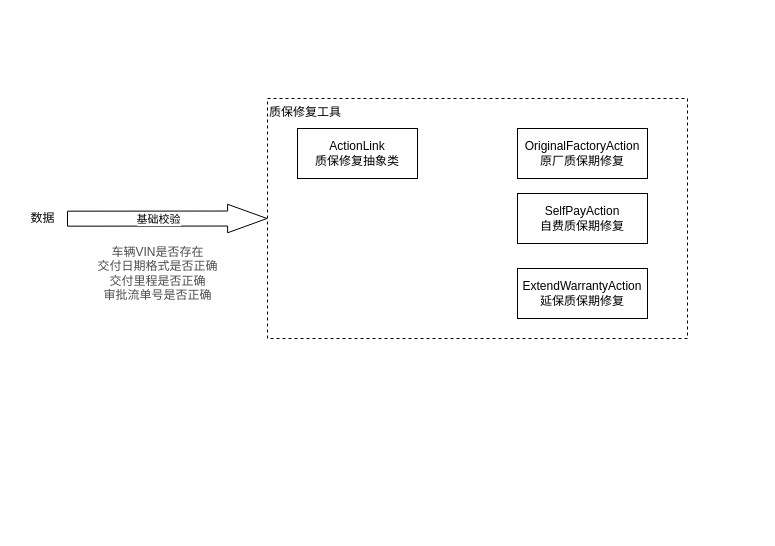
The draw.io diagram 随手绘.drawio in zlhhhh8901/hello-world, before the edit. Source tidied: cells renumbered, new cells numbered last; positions are measured from the earlier drawing's top-left corner, leaving out a move shared by most shapes. Both pictures are drawn from the tidied source at 100%, with x=0, y=0 at pixel (17, 98).
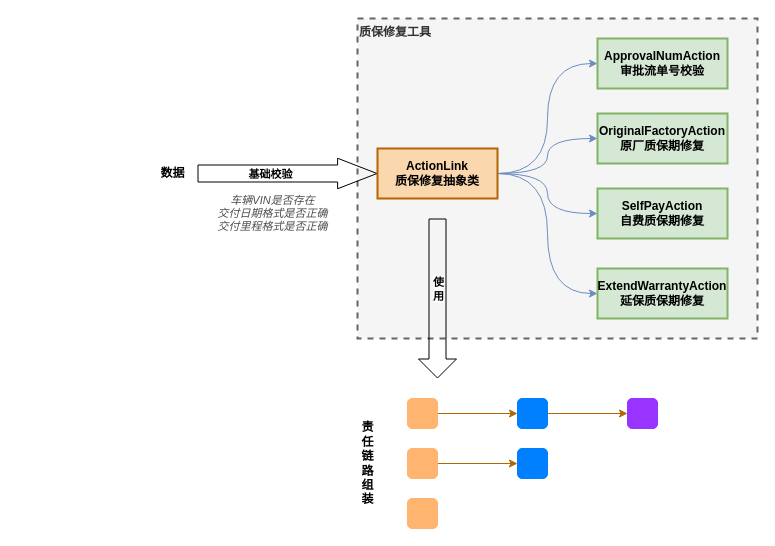
Above is the later version.

Commit message (it also covers changes not shown here):
更新随手绘.drawio

Diff of the diagram source:
```diff
@@
-    <mxCell id="2" value="质保修复工具" style="rounded=0;whiteSpace=wrap;html=1;align=left;horizontal=1;verticalAlign=top;dashed=1;fillColor=none;" parent="1" vertex="1">
-      <mxGeometry x="250" width="420" height="240" as="geometry" />
+    <mxCell id="2" value="质保修复工具" style="rounded=0;whiteSpace=wrap;html=1;align=left;horizontal=1;verticalAlign=top;dashed=1;fontStyle=1;strokeWidth=2;fillColor=#f5f5f5;fontColor=#333333;strokeColor=#666666;" parent="1" vertex="1">
+      <mxGeometry x="340" y="-80" width="400" height="320" as="geometry" />
     </mxCell>
-    <mxCell id="3" style="shape=flexArrow;endArrow=classic;html=1;rounded=0;entryX=0;entryY=0.5;entryDx=0;entryDy=0;exitX=0.99;exitY=0.506;exitDx=0;exitDy=0;exitPerimeter=0;endWidth=12.5;endSize=12.799999999999999;width=15;" parent="1" edge="1" source="5" target="2">
-      <mxGeometry relative="1" as="geometry" />
+    <mxCell id="3" style="shape=flexArrow;endArrow=classic;html=1;rounded=0;endWidth=12.5;endSize=12.799999999999999;width=17;entryX=0;entryY=0.5;entryDx=0;entryDy=0;fontStyle=1;" parent="1" edge="1" target="7">
+      <mxGeometry relative="1" as="geometry">
+        <mxPoint x="180" y="75" as="sourcePoint" />
+      </mxGeometry>
     </mxCell>
-    <mxCell id="4" value="基础校验" style="edgeLabel;html=1;align=center;verticalAlign=middle;" parent="3" vertex="1">
-      <mxGeometry x="-0.09" relative="1" as="geometry" />
+    <mxCell id="4" value="基础校验" style="edgeLabel;html=1;align=center;verticalAlign=middle;fontStyle=1;" parent="3" vertex="1">
+      <mxGeometry x="-0.09" relative="1" as="geometry">
+        <mxPoint x="-10" as="offset" />
+      </mxGeometry>
     </mxCell>
-    <mxCell id="5" value="数据" style="text;html=1;align=center;verticalAlign=middle;points=[];strokeColor=none;fillColor=none;" parent="1" vertex="1">
-      <mxGeometry y="105" width="50" height="30" as="geometry" />
+    <mxCell id="5" value="数据" style="text;html=1;align=center;verticalAlign=middle;points=[];fontStyle=1;" parent="1" vertex="1">
+      <mxGeometry x="130" y="60" width="50" height="30" as="geometry" />
     </mxCell>
-    <mxCell id="6" value="&lt;div&gt;&lt;div style=&quot;white-space-collapse: preserve;&quot; class=&quot;old-record-id-doxk4eozcIZH5MKJtCh2fUi9aM0&quot;&gt;车辆VIN是否存在&lt;/div&gt;&lt;div style=&quot;white-space-collapse: preserve;&quot; class=&quot;old-record-id-doxk4eozcIZH5MKJtCh2fUi9aM0&quot;&gt;交付日期格式是否正确&lt;/div&gt;&lt;div style=&quot;white-space-collapse: preserve;&quot; class=&quot;old-record-id-doxk4eozcIZH5MKJtCh2fUi9aM0&quot;&gt;交付里程是否正确&lt;/div&gt;&lt;div style=&quot;white-space-collapse: preserve;&quot; class=&quot;old-record-id-doxk4eozcIZH5MKJtCh2fUi9aM0&quot;&gt;审批流单号是否正确&lt;/div&gt;&lt;/div&gt;&lt;span data-lark-record-data=&quot;{&amp;quot;rootId&amp;quot;:&amp;quot;doxk4fLWzZhjoJqfnhFipKvFNwe&amp;quot;,&amp;quot;text&amp;quot;:{&amp;quot;initialAttributedTexts&amp;quot;:{&amp;quot;text&amp;quot;:{&amp;quot;0&amp;quot;:&amp;quot;车辆VIN&amp;quot;},&amp;quot;attribs&amp;quot;:{&amp;quot;0&amp;quot;:&amp;quot;*0+2*1*0+3&amp;quot;}},&amp;quot;apool&amp;quot;:{&amp;quot;numToAttrib&amp;quot;:{&amp;quot;0&amp;quot;:[&amp;quot;author&amp;quot;,&amp;quot;7355687675485012076&amp;quot;],&amp;quot;1&amp;quot;:[&amp;quot;abbreviation-data&amp;quot;,&amp;quot;{\&amp;quot;id\&amp;quot;:\&amp;quot;1206104d-46ee-4d33-85ab-f392b6299bdf\&amp;quot;,\&amp;quot;abbr_ids\&amp;quot;:\&amp;quot;enterprise_7137215317125628013\&amp;quot;,\&amp;quot;is_visible\&amp;quot;:1,\&amp;quot;is_first\&amp;quot;:1}&amp;quot;]},&amp;quot;nextNum&amp;quot;:2}},&amp;quot;type&amp;quot;:&amp;quot;text&amp;quot;,&amp;quot;referenceRecordMap&amp;quot;:{},&amp;quot;extra&amp;quot;:{&amp;quot;mention_page_title&amp;quot;:{},&amp;quot;external_mention_url&amp;quot;:{}},&amp;quot;isKeepQuoteContainer&amp;quot;:false,&amp;quot;isFromCode&amp;quot;:false,&amp;quot;selection&amp;quot;:[{&amp;quot;id&amp;quot;:42,&amp;quot;type&amp;quot;:&amp;quot;text&amp;quot;,&amp;quot;selection&amp;quot;:{&amp;quot;start&amp;quot;:0,&amp;quot;end&amp;quot;:5},&amp;quot;recordId&amp;quot;:&amp;quot;doxk4eozcIZH5MKJtCh2fUi9aM0&amp;quot;}],&amp;quot;payloadMap&amp;quot;:{},&amp;quot;isCut&amp;quot;:false}&quot; class=&quot;lark-record-clipboard&quot;&gt;&lt;/span&gt;" style="text;html=1;align=center;verticalAlign=middle;strokeColor=none;fillColor=none;fontColor=#4D4D4D;" parent="1" vertex="1">
-      <mxGeometry x="70" y="140" width="140" height="70" as="geometry" />
+    <mxCell id="6" value="&lt;div style=&quot;font-size: 11px;&quot;&gt;&lt;div style=&quot;white-space-collapse: preserve; font-size: 11px;&quot; class=&quot;old-record-id-doxk4eozcIZH5MKJtCh2fUi9aM0&quot;&gt;车辆VIN是否存在&lt;/div&gt;&lt;div style=&quot;white-space-collapse: preserve; font-size: 11px;&quot; class=&quot;old-record-id-doxk4eozcIZH5MKJtCh2fUi9aM0&quot;&gt;交付日期格式是否正确&lt;/div&gt;&lt;div style=&quot;white-space-collapse: preserve; font-size: 11px;&quot; class=&quot;old-record-id-doxk4eozcIZH5MKJtCh2fUi9aM0&quot;&gt;交付里程格式是否正确&lt;/div&gt;&lt;/div&gt;&lt;span data-lark-record-data=&quot;{&amp;quot;rootId&amp;quot;:&amp;quot;doxk4fLWzZhjoJqfnhFipKvFNwe&amp;quot;,&amp;quot;text&amp;quot;:{&amp;quot;initialAttributedTexts&amp;quot;:{&amp;quot;text&amp;quot;:{&amp;quot;0&amp;quot;:&amp;quot;车辆VIN&amp;quot;},&amp;quot;attribs&amp;quot;:{&amp;quot;0&amp;quot;:&amp;quot;*0+2*1*0+3&amp;quot;}},&amp;quot;apool&amp;quot;:{&amp;quot;numToAttrib&amp;quot;:{&amp;quot;0&amp;quot;:[&amp;quot;author&amp;quot;,&amp;quot;7355687675485012076&amp;quot;],&amp;quot;1&amp;quot;:[&amp;quot;abbreviation-data&amp;quot;,&amp;quot;{\&amp;quot;id\&amp;quot;:\&amp;quot;1206104d-46ee-4d33-85ab-f392b6299bdf\&amp;quot;,\&amp;quot;abbr_ids\&amp;quot;:\&amp;quot;enterprise_7137215317125628013\&amp;quot;,\&amp;quot;is_visible\&amp;quot;:1,\&amp;quot;is_first\&amp;quot;:1}&amp;quot;]},&amp;quot;nextNum&amp;quot;:2}},&amp;quot;type&amp;quot;:&amp;quot;text&amp;quot;,&amp;quot;referenceRecordMap&amp;quot;:{},&amp;quot;extra&amp;quot;:{&amp;quot;mention_page_title&amp;quot;:{},&amp;quot;external_mention_url&amp;quot;:{}},&amp;quot;isKeepQuoteContainer&amp;quot;:false,&amp;quot;isFromCode&amp;quot;:false,&amp;quot;selection&amp;quot;:[{&amp;quot;id&amp;quot;:42,&amp;quot;type&amp;quot;:&amp;quot;text&amp;quot;,&amp;quot;selection&amp;quot;:{&amp;quot;start&amp;quot;:0,&amp;quot;end&amp;quot;:5},&amp;quot;recordId&amp;quot;:&amp;quot;doxk4eozcIZH5MKJtCh2fUi9aM0&amp;quot;}],&amp;quot;payloadMap&amp;quot;:{},&amp;quot;isCut&amp;quot;:false}&quot; class=&quot;lark-record-clipboard&quot; style=&quot;font-size: 11px;&quot;&gt;&lt;/span&gt;" style="text;html=1;align=center;verticalAlign=middle;strokeColor=none;fillColor=none;fontColor=#4D4D4D;fontStyle=2;fontSize=11;" parent="1" vertex="1">
+      <mxGeometry x="190" y="90" width="130" height="50" as="geometry" />
     </mxCell>
+    <mxCell id="11" style="edgeStyle=orthogonalEdgeStyle;rounded=0;jettySize=auto;html=1;exitX=1;exitY=0.5;exitDx=0;exitDy=0;curved=1;fillColor=#dae8fc;strokeColor=#6c8ebf;" parent="1" edge="1" source="7" target="8">
+      <mxGeometry relative="1" as="geometry" />
+    </mxCell>
+    <mxCell id="12" style="edgeStyle=orthogonalEdgeStyle;rounded=0;jettySize=auto;html=1;exitX=1;exitY=0.5;exitDx=0;exitDy=0;entryX=0;entryY=0.5;entryDx=0;entryDy=0;curved=1;fillColor=#dae8fc;strokeColor=#6c8ebf;" parent="1" edge="1" source="7" target="10">
+      <mxGeometry relative="1" as="geometry" />
+    </mxCell>
+    <mxCell id="13" style="edgeStyle=orthogonalEdgeStyle;rounded=0;jettySize=auto;html=1;exitX=1;exitY=0.5;exitDx=0;exitDy=0;entryX=0;entryY=0.5;entryDx=0;entryDy=0;curved=1;fillColor=#dae8fc;strokeColor=#6c8ebf;" parent="1" edge="1" source="7" target="9">
+      <mxGeometry relative="1" as="geometry" />
+    </mxCell>
+    <mxCell id="14" style="edgeStyle=orthogonalEdgeStyle;rounded=0;jettySize=auto;html=1;exitX=1;exitY=0.5;exitDx=0;exitDy=0;entryX=0;entryY=0.5;entryDx=0;entryDy=0;curved=1;fillColor=#dae8fc;strokeColor=#6c8ebf;" parent="1" edge="1" source="7" target="15">
+      <mxGeometry relative="1" as="geometry" />
+    </mxCell>
-    <mxCell id="7" value="ActionLink&lt;br&gt;质保修复抽象类" style="rounded=0;whiteSpace=wrap;html=1;" parent="1" vertex="1">
-      <mxGeometry x="280" y="30" width="120" height="50" as="geometry" />
+    <mxCell id="7" value="ActionLink&lt;br&gt;质保修复抽象类" style="rounded=0;whiteSpace=wrap;html=1;fontStyle=1;fillColor=#fad7ac;strokeColor=#b46504;strokeWidth=2;" parent="1" vertex="1">
+      <mxGeometry x="360" y="50" width="120" height="50" as="geometry" />
     </mxCell>
-    <mxCell id="8" value="OriginalFactoryAction&lt;br&gt;原厂质保期修复" style="rounded=0;whiteSpace=wrap;html=1;" parent="1" vertex="1">
-      <mxGeometry x="500" y="30" width="130" height="50" as="geometry" />
+    <mxCell id="8" value="OriginalFactoryAction&lt;br&gt;原厂质保期修复" style="rounded=0;whiteSpace=wrap;html=1;fontStyle=1;fillColor=#d5e8d4;strokeColor=#82b366;strokeWidth=2;" parent="1" vertex="1">
+      <mxGeometry x="580" y="15" width="130" height="50" as="geometry" />
     </mxCell>
-    <mxCell id="9" value="ExtendWarrantyAction&lt;br&gt;延保质保期修复" style="rounded=0;whiteSpace=wrap;html=1;" parent="1" vertex="1">
-      <mxGeometry x="500" y="170" width="130" height="50" as="geometry" />
+    <mxCell id="9" value="ExtendWarrantyAction&lt;br&gt;延保质保期修复" style="rounded=0;whiteSpace=wrap;html=1;fontStyle=1;fillColor=#d5e8d4;strokeColor=#82b366;strokeWidth=2;" parent="1" vertex="1">
+      <mxGeometry x="580" y="170" width="130" height="50" as="geometry" />
     </mxCell>
-    <mxCell id="10" value="SelfPayAction&lt;br&gt;自费质保期修复" style="rounded=0;whiteSpace=wrap;html=1;" parent="1" vertex="1">
-      <mxGeometry x="500" y="95" width="130" height="50" as="geometry" />
+    <mxCell id="10" value="SelfPayAction&lt;br&gt;自费质保期修复" style="rounded=0;whiteSpace=wrap;html=1;fontStyle=1;fillColor=#d5e8d4;strokeColor=#82b366;strokeWidth=2;" parent="1" vertex="1">
+      <mxGeometry x="580" y="90" width="130" height="50" as="geometry" />
     </mxCell>
+    <mxCell id="15" value="ApprovalNumAction&lt;br&gt;审批流单号校验" style="rounded=0;whiteSpace=wrap;html=1;fontStyle=1;fillColor=#d5e8d4;strokeColor=#82b366;strokeWidth=2;" parent="1" vertex="1">
+      <mxGeometry x="580" y="-60" width="130" height="50" as="geometry" />
+    </mxCell>
+    <mxCell id="16" style="shape=flexArrow;endArrow=classic;html=1;rounded=0;width=17;" parent="1" edge="1">
+      <mxGeometry relative="1" as="geometry">
+        <mxPoint x="420" y="120" as="sourcePoint" />
+        <mxPoint x="420" y="280" as="targetPoint" />
+      </mxGeometry>
+    </mxCell>
+    <mxCell id="17" value="使&lt;div&gt;用&lt;/div&gt;" style="edgeLabel;html=1;align=center;verticalAlign=middle;fontStyle=1;" parent="16" vertex="1">
+      <mxGeometry x="-0.33" y="-6" relative="1" as="geometry">
+        <mxPoint x="6" y="16" as="offset" />
+      </mxGeometry>
+    </mxCell>
+    <mxCell id="18" value="责&lt;div&gt;任&lt;/div&gt;&lt;div&gt;链&lt;/div&gt;&lt;div&gt;路&lt;/div&gt;&lt;div&gt;组&lt;/div&gt;&lt;div&gt;装&lt;/div&gt;" style="text;html=1;align=center;verticalAlign=middle;strokeColor=none;fillColor=none;fontStyle=1;" parent="1" vertex="1">
+      <mxGeometry x="330" y="315" width="40" height="100" as="geometry" />
+    </mxCell>
+    <mxCell id="19" style="edgeStyle=orthogonalEdgeStyle;rounded=0;jettySize=auto;html=1;fillColor=#fad7ac;strokeColor=#b46504;" parent="1" edge="1" source="20" target="22">
+      <mxGeometry relative="1" as="geometry" />
+    </mxCell>
+    <mxCell id="20" style="rounded=1;whiteSpace=wrap;html=1;fillColor=#FFB570;strokeColor=#FFB570;" parent="1" vertex="1">
+      <mxGeometry x="390" y="300" width="30" height="30" as="geometry" />
+    </mxCell>
+    <mxCell id="21" style="edgeStyle=orthogonalEdgeStyle;rounded=0;jettySize=auto;html=1;fillColor=#fad7ac;strokeColor=#b46504;" parent="1" edge="1" source="22" target="23">
+      <mxGeometry relative="1" as="geometry" />
+    </mxCell>
+    <mxCell id="22" style="rounded=1;whiteSpace=wrap;html=1;fillColor=#007FFF;strokeColor=#007FFF;" parent="1" vertex="1">
+      <mxGeometry x="500" y="300" width="30" height="30" as="geometry" />
+    </mxCell>
+    <mxCell id="23" style="rounded=1;whiteSpace=wrap;html=1;fillColor=#9933FF;strokeColor=#9933FF;" parent="1" vertex="1">
+      <mxGeometry x="610" y="300" width="30" height="30" as="geometry" />
+    </mxCell>
+    <mxCell id="24" style="edgeStyle=orthogonalEdgeStyle;rounded=0;jettySize=auto;html=1;fillColor=#fad7ac;strokeColor=#b46504;" parent="1" edge="1" source="25" target="26">
+      <mxGeometry relative="1" as="geometry" />
+    </mxCell>
+    <mxCell id="25" style="rounded=1;whiteSpace=wrap;html=1;fillColor=#FFB570;strokeColor=#FFB570;" parent="1" vertex="1">
+      <mxGeometry x="390" y="350" width="30" height="30" as="geometry" />
+    </mxCell>
+    <mxCell id="26" style="rounded=1;whiteSpace=wrap;html=1;fillColor=#007FFF;strokeColor=#007FFF;" parent="1" vertex="1">
+      <mxGeometry x="500" y="350" width="30" height="30" as="geometry" />
+    </mxCell>
+    <mxCell id="27" style="rounded=1;whiteSpace=wrap;html=1;fillColor=#FFB570;strokeColor=#FFB570;" parent="1" vertex="1">
+      <mxGeometry x="390" y="400" width="30" height="30" as="geometry" />
+    </mxCell>
```
